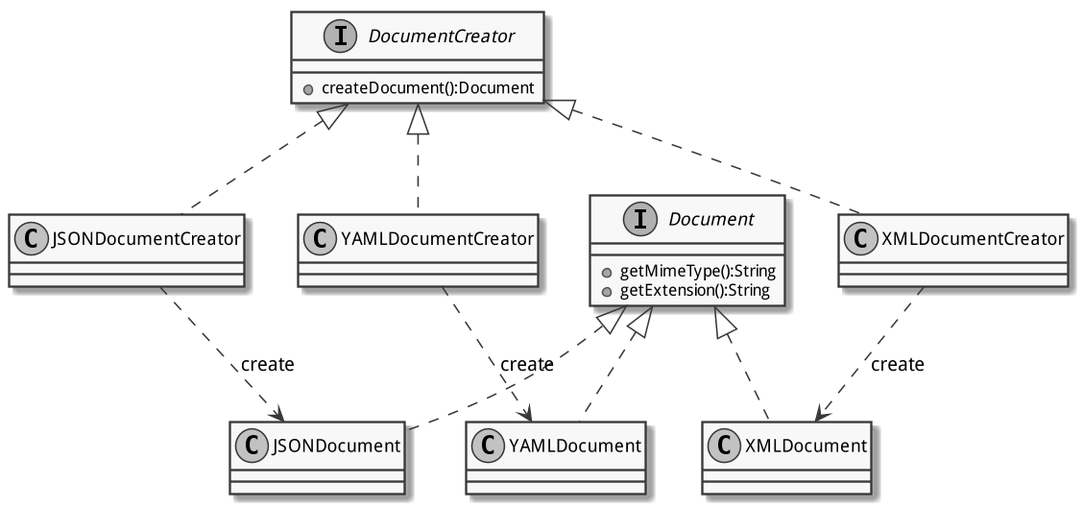
This is vsk/zusammenfassung/pics/factorymethod.png from patrickbucher/inf-stud-hslu, a PlantUML export, as it was before one commit.
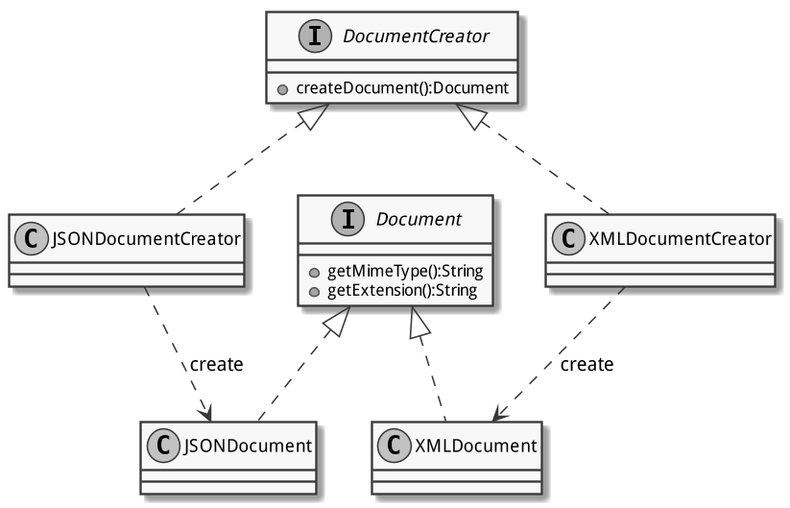
The same file after the commit.

Diff of the diagram source:
```diff
@@ -15,12 +15,8 @@
 class XMLDocument {
 }
 
-class YAMLDocument {
-}
-
 Document <|.. JSONDocument
 Document <|.. XMLDocument
-Document <|.. YAMLDocument
 
 interface DocumentCreator {
     + createDocument():Document
@@ -32,15 +28,11 @@
 class XMLDocumentCreator {
 }
 
-class YAMLDocumentCreator {
-}
 
 DocumentCreator <|.. JSONDocumentCreator
 DocumentCreator <|.. XMLDocumentCreator
-DocumentCreator <|.. YAMLDocumentCreator
 
 JSONDocumentCreator ..> JSONDocument : create
 XMLDocumentCreator ..> XMLDocument : create
-YAMLDocumentCreator ..> YAMLDocument : create
 
 @enduml
```
